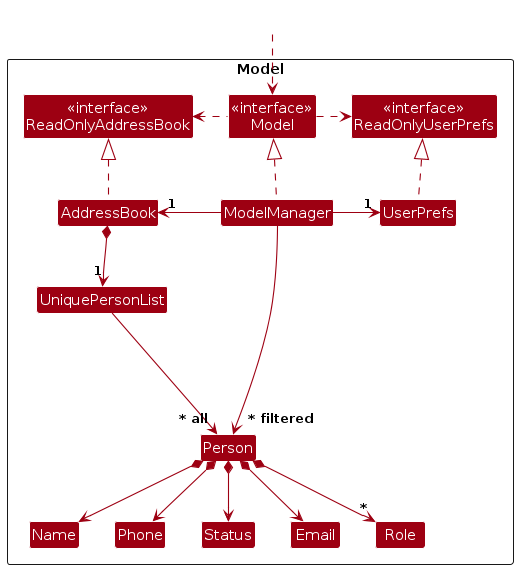
This is diagrams/ModelClassDiagram.png from AY2526S2-CS2103T-T10-3/tp, a PlantUML export, as it was before one commit. Its source is kept beside it as diagrams/ModelClassDiagram.puml.
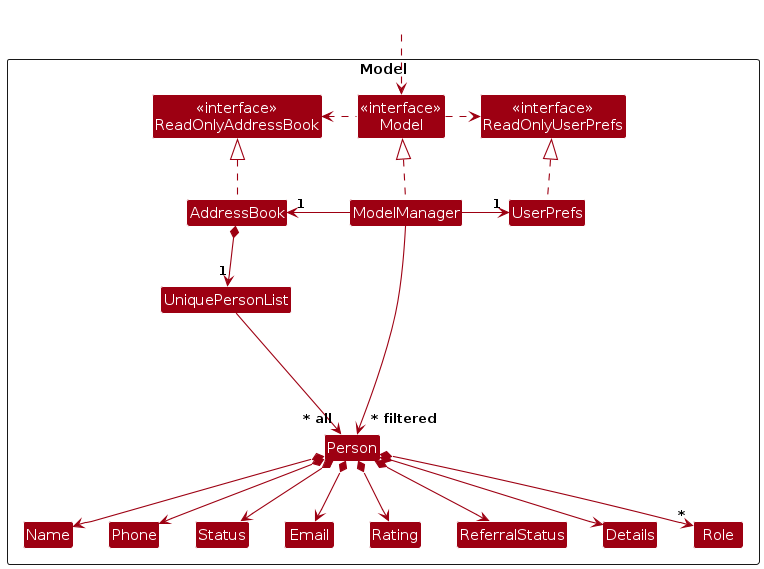
The same file after the commit.

What changed in the source:
```diff
@@ -19,6 +19,9 @@
 Class Name
 Class Phone
 Class Role
+Class Rating
+Class ReferralStatus
+Class Details
 
 Class I #FFFFFF
 }
@@ -41,6 +44,9 @@
 Person *--> Phone
 Person *--> Email
 Person *--> Status
+Person *--> Rating
+Person *--> ReferralStatus
+Person *--> Details
 Person *--> "*" Role
 
 Person -[hidden]up--> I
@@ -49,6 +55,9 @@
 Name -[hidden]right-> Phone
 Phone -[hidden]right-> Status
 Status -[hidden]right-> Email
+Email -[hidden]right-> Rating
+Rating -[hidden]right-> ReferralStatus
+ReferralStatus -[hidden]right-> Details
 
 ModelManager --> "~* filtered" Person
 @enduml
```
